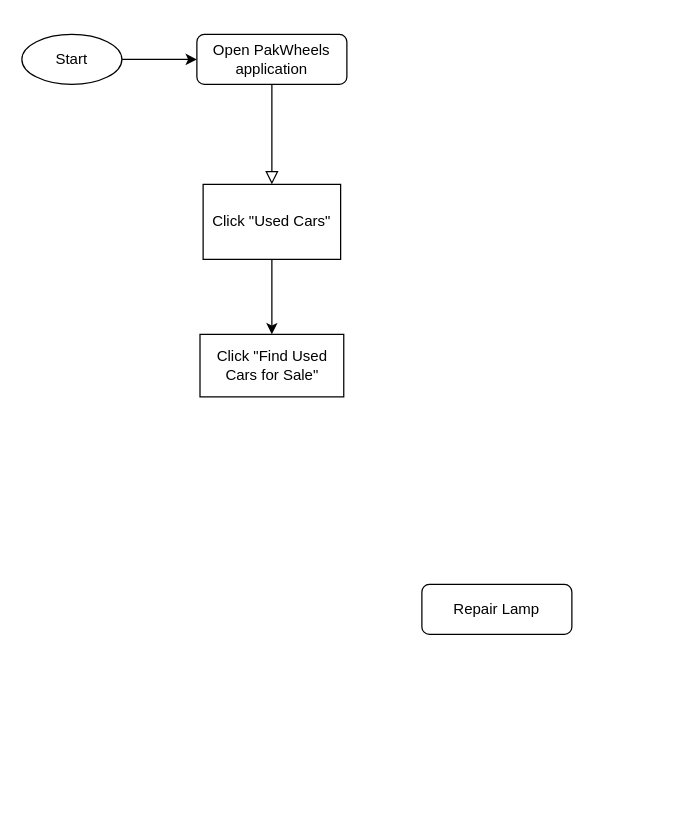
Above: src/Untitled Diagram.drawio in sweranawaz/testrepo (draw.io), before the change. Source tidied: cells renumbered, new cells numbered last; positions are measured from the earlier drawing's top-left corner, leaving out a move shared by most shapes. Both pictures are drawn from the tidied source at 125%, with x=0, y=0 at pixel (21, 34).
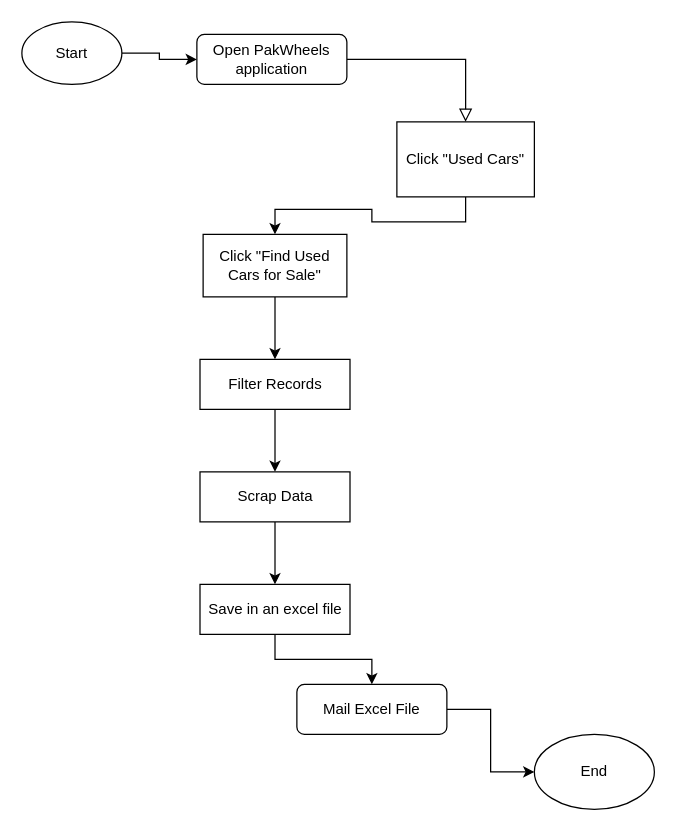
Above is the later version.

Commit message:
PakWheels Diagram

Change to the diagram source:
```diff
@@
 <mxGraphModel>
   <root>
     <mxCell id="0" />
     <mxCell id="1" parent="0" />
     <mxCell id="2" style="rounded=0;html=1;jettySize=auto;fontSize=11;endArrow=block;endFill=0;endSize=8;strokeWidth=1;shadow=0;labelBackgroundColor=none;edgeStyle=orthogonalEdgeStyle;" parent="1" edge="1" source="3" target="5">
       <mxGeometry relative="1" as="geometry" />
     </mxCell>
     <mxCell id="3" value="Open PakWheels application" style="rounded=1;whiteSpace=wrap;html=1;fontSize=12;glass=0;strokeWidth=1;shadow=0;" parent="1" vertex="1">
       <mxGeometry x="140" width="120" height="40" as="geometry" />
     </mxCell>
     <mxCell id="4" style="edgeStyle=orthogonalEdgeStyle;rounded=0;jettySize=auto;html=1;exitX=0.5;exitY=1;exitDx=0;exitDy=0;entryX=0.5;entryY=0;entryDx=0;entryDy=0;" parent="1" edge="1" source="5" target="6">
       <mxGeometry relative="1" as="geometry" />
     </mxCell>
     <mxCell id="5" value="Click &quot;Used Cars&quot;" style="rounded=0;whiteSpace=wrap;html=1;shadow=0;fontFamily=Helvetica;fontSize=12;fontColor=default;align=center;strokeColor=default;strokeWidth=1;fillColor=default;" parent="1" vertex="1">
-      <mxGeometry x="145" y="120" width="110" height="60" as="geometry" />
+      <mxGeometry x="300" y="70" width="110" height="60" as="geometry" />
     </mxCell>
+    <mxCell id="10" style="edgeStyle=orthogonalEdgeStyle;rounded=0;jettySize=auto;html=1;entryX=0.5;entryY=0;entryDx=0;entryDy=0;" parent="1" edge="1" source="6" target="13">
+      <mxGeometry relative="1" as="geometry" />
+    </mxCell>
     <mxCell id="6" value="Click &quot;Find Used Cars for Sale&quot;" style="rounded=0;whiteSpace=wrap;html=1;shadow=0;fontFamily=Helvetica;fontSize=12;fontColor=default;align=center;strokeColor=default;strokeWidth=1;fillColor=default;" parent="1" vertex="1">
-      <mxGeometry x="142.5" y="240" width="115" height="50" as="geometry" />
+      <mxGeometry x="145" y="160" width="115" height="50" as="geometry" />
     </mxCell>
+    <mxCell id="11" style="edgeStyle=orthogonalEdgeStyle;rounded=0;jettySize=auto;html=1;exitX=1;exitY=0.5;exitDx=0;exitDy=0;entryX=0;entryY=0.5;entryDx=0;entryDy=0;" parent="1" edge="1" source="7" target="18">
+      <mxGeometry relative="1" as="geometry" />
+    </mxCell>
-    <mxCell id="7" value="Repair Lamp" style="rounded=1;whiteSpace=wrap;html=1;fontSize=12;glass=0;strokeWidth=1;shadow=0;" parent="1" vertex="1">
-      <mxGeometry x="320" y="440" width="120" height="40" as="geometry" />
+    <mxCell id="7" value="Mail Excel File" style="rounded=1;whiteSpace=wrap;html=1;fontSize=12;glass=0;strokeWidth=1;shadow=0;" parent="1" vertex="1">
+      <mxGeometry x="220" y="520" width="120" height="40" as="geometry" />
     </mxCell>
     <mxCell id="8" style="edgeStyle=orthogonalEdgeStyle;rounded=0;jettySize=auto;html=1;entryX=0;entryY=0.5;entryDx=0;entryDy=0;" parent="1" edge="1" source="9" target="3">
       <mxGeometry relative="1" as="geometry" />
     </mxCell>
     <mxCell id="9" value="Start" style="ellipse;whiteSpace=wrap;html=1;" parent="1" vertex="1">
-      <mxGeometry width="80" height="40" as="geometry" />
+      <mxGeometry y="-10" width="80" height="50" as="geometry" />
     </mxCell>
+    <mxCell id="12" style="edgeStyle=orthogonalEdgeStyle;rounded=0;jettySize=auto;html=1;exitX=0.5;exitY=1;exitDx=0;exitDy=0;entryX=0.5;entryY=0;entryDx=0;entryDy=0;" parent="1" edge="1" source="13" target="15">
+      <mxGeometry relative="1" as="geometry" />
+    </mxCell>
+    <mxCell id="13" value="Filter Records" style="rounded=0;whiteSpace=wrap;html=1;" parent="1" vertex="1">
+      <mxGeometry x="142.5" y="260" width="120" height="40" as="geometry" />
+    </mxCell>
+    <mxCell id="14" style="edgeStyle=orthogonalEdgeStyle;rounded=0;jettySize=auto;html=1;exitX=0.5;exitY=1;exitDx=0;exitDy=0;entryX=0.5;entryY=0;entryDx=0;entryDy=0;" parent="1" edge="1" source="15" target="17">
+      <mxGeometry relative="1" as="geometry" />
+    </mxCell>
+    <mxCell id="15" value="Scrap Data" style="rounded=0;whiteSpace=wrap;html=1;" parent="1" vertex="1">
+      <mxGeometry x="142.5" y="350" width="120" height="40" as="geometry" />
+    </mxCell>
+    <mxCell id="16" style="edgeStyle=orthogonalEdgeStyle;rounded=0;jettySize=auto;html=1;exitX=0.5;exitY=1;exitDx=0;exitDy=0;entryX=0.5;entryY=0;entryDx=0;entryDy=0;" parent="1" edge="1" source="17" target="7">
+      <mxGeometry relative="1" as="geometry" />
+    </mxCell>
+    <mxCell id="17" value="Save in an excel file" style="rounded=0;whiteSpace=wrap;html=1;" parent="1" vertex="1">
+      <mxGeometry x="142.5" y="440" width="120" height="40" as="geometry" />
+    </mxCell>
+    <mxCell id="18" value="End" style="ellipse;whiteSpace=wrap;html=1;" parent="1" vertex="1">
+      <mxGeometry x="410" y="560" width="96" height="60" as="geometry" />
+    </mxCell>
   </root>
 </mxGraphModel>
```
